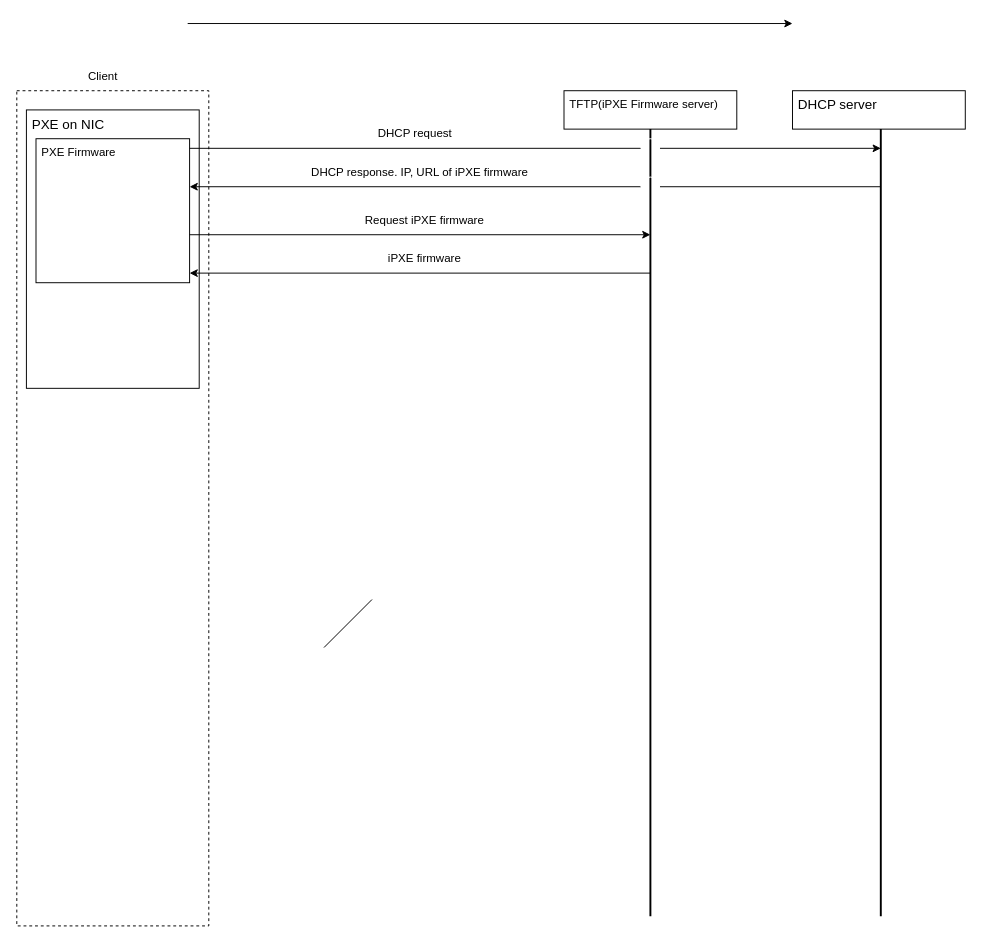
Above: 06_iPXE/img/Diagrams.drawio in hobby-labs/note2 (draw.io), before the change. Source tidied: cells renumbered, new cells numbered last; positions are measured from the earlier drawing's top-left corner, leaving out a move shared by most shapes. Both pictures are drawn from the tidied source at 96%, with x=0, y=0 at pixel (16, 23).
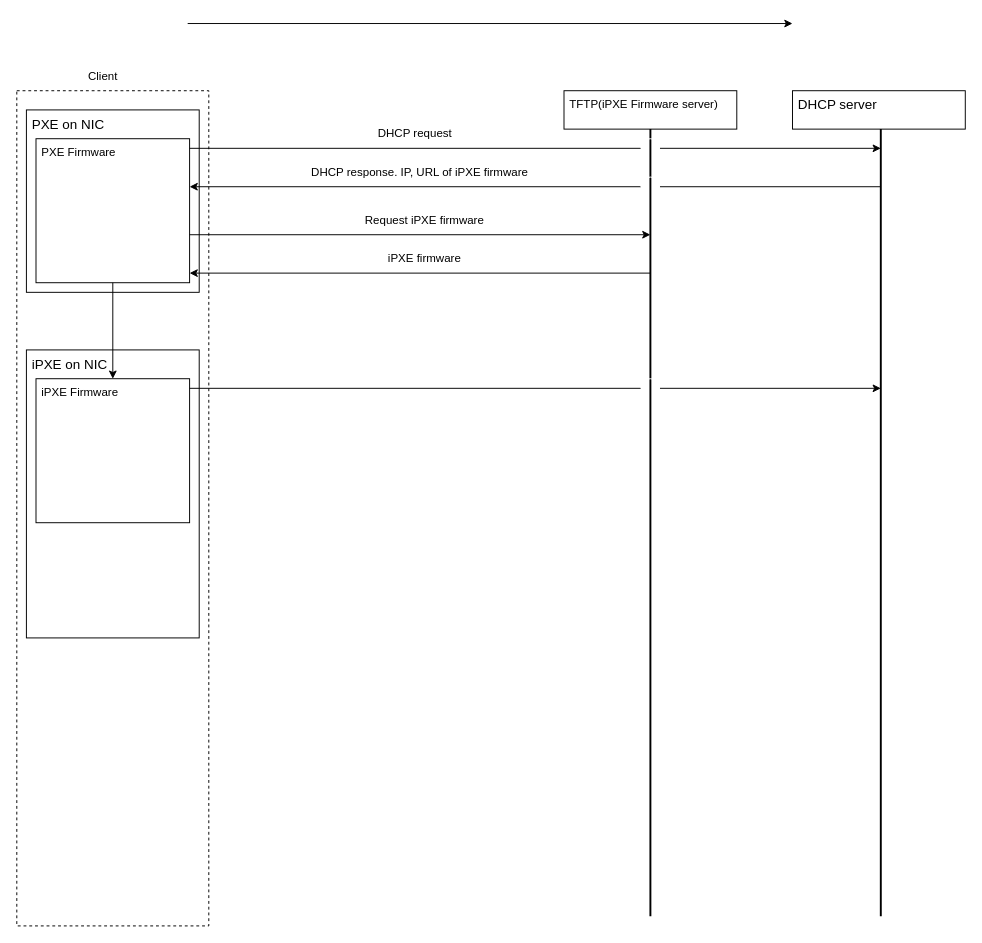
The same page after the edit.

The edit, as a diff of the source:
```diff
@@
     <mxCell id="5" value="&lt;span style=&quot;font-size: 14px;&quot;&gt;PXE on NIC&lt;br&gt;&lt;br&gt;&lt;/span&gt;" style="rounded=0;whiteSpace=wrap;html=1;align=left;verticalAlign=top;spacingLeft=4;" parent="1" vertex="1">
-      <mxGeometry x="10" y="90" width="180" height="290" as="geometry" />
+      <mxGeometry x="10" y="90" width="180" height="190" as="geometry" />
     </mxCell>
@@
-    <mxCell id="15" style="endArrow=none;html=1;rounded=0;" parent="1" edge="1">
-      <mxGeometry relative="1" as="geometry">
-        <mxPoint x="320" y="650" as="sourcePoint" />
-        <mxPoint x="370" y="600" as="targetPoint" />
-      </mxGeometry>
-    </mxCell>
@@
+    <mxCell id="24" value="&lt;span style=&quot;font-size: 14px;&quot;&gt;iPXE on NIC&lt;br&gt;&lt;br&gt;&lt;/span&gt;" style="rounded=0;whiteSpace=wrap;html=1;align=left;verticalAlign=top;spacingLeft=4;" parent="1" vertex="1">
+      <mxGeometry x="10" y="340" width="180" height="300" as="geometry" />
+    </mxCell>
+    <mxCell id="25" value="iPXE Firmware" style="rounded=0;whiteSpace=wrap;html=1;align=left;verticalAlign=top;spacingLeft=4;" parent="1" vertex="1">
+      <mxGeometry x="20" y="370" width="160" height="150" as="geometry" />
+    </mxCell>
+    <mxCell id="26" style="endArrow=classic;html=1;rounded=0;" parent="1" edge="1">
+      <mxGeometry relative="1" as="geometry">
+        <mxPoint x="100" y="270" as="sourcePoint" />
+        <mxPoint x="100" y="370" as="targetPoint" />
+      </mxGeometry>
+    </mxCell>
+    <mxCell id="27" style="endArrow=none;html=1;rounded=0;endFill=0;" parent="1" edge="1">
+      <mxGeometry relative="1" as="geometry">
+        <mxPoint x="180" y="380" as="sourcePoint" />
+        <mxPoint x="650" y="380" as="targetPoint" />
+      </mxGeometry>
+    </mxCell>
+    <mxCell id="28" style="curved=1;endArrow=none;html=1;rounded=0;strokeColor=#FFFFFF;endFill=0;" parent="1" edge="1">
+      <mxGeometry relative="1" as="geometry">
+        <mxPoint x="670" y="380" as="sourcePoint" />
+        <mxPoint x="650" y="380" as="targetPoint" />
+        <Array as="points">
+          <mxPoint x="670" y="370" />
+          <mxPoint x="650" y="370" />
+        </Array>
+      </mxGeometry>
+    </mxCell>
+    <mxCell id="29" style="endArrow=classic;html=1;rounded=0;endFill=1;" parent="1" edge="1">
+      <mxGeometry relative="1" as="geometry">
+        <mxPoint x="670" y="380" as="sourcePoint" />
+        <mxPoint x="900" y="380" as="targetPoint" />
+      </mxGeometry>
+    </mxCell>
```
